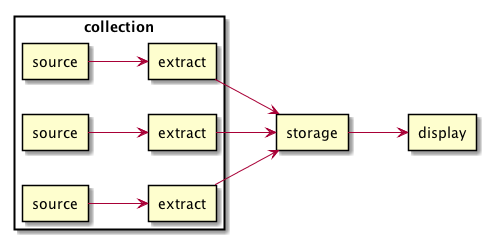
Earlier version of the PlantUML export assets/job-aggregator-high-level.png (dharmeshkakadia/jezifm.github.io). Source of this version:
```plantuml
@startuml
left to right direction

rectangle collection {
  rectangle "source" as source1
  rectangle "source" as source2
  rectangle "source" as source3
  rectangle "extract" as extract1
  rectangle "extract" as extract2
  rectangle "extract" as extract3
}
rectangle storage
rectangle display

source1 --> extract1
source2 --> extract2
source3 --> extract3
extract1 --> storage
extract2 --> storage
extract3 --> storage
storage --> display
@enduml
```
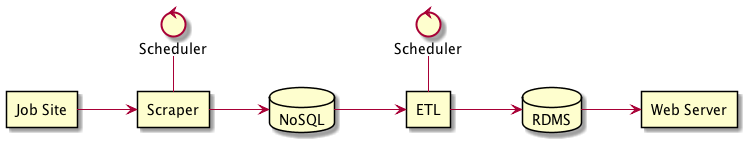
The same file after the commit.

Commit message:
Update job aggregator post

The edit, as a diff of the source:
```diff
@@ -1,22 +1,21 @@
 @startuml
 left to right direction
 
-rectangle collection {
-  rectangle "source" as source1
-  rectangle "source" as source2
-  rectangle "source" as source3
-  rectangle "extract" as extract1
-  rectangle "extract" as extract2
-  rectangle "extract" as extract3
-}
-rectangle storage
-rectangle display
+rectangle "Job Site" as source
+rectangle "Scraper" as scraper
+database "NoSQL" as nosql
+rectangle "ETL" as etl
+database "RDMS" as rdms
+rectangle "Web Server" as server
 
-source1 --> extract1
-source2 --> extract2
-source3 --> extract3
-extract1 --> storage
-extract2 --> storage
-extract3 --> storage
-storage --> display
+source --> scraper
+scraper --> nosql
+nosql --> etl
+etl --> rdms
+rdms --> server
+
+control "Scheduler" as scheduler1
+control "Scheduler" as scheduler2
+scheduler1 - scraper
+scheduler2 - etl
 @enduml
```
